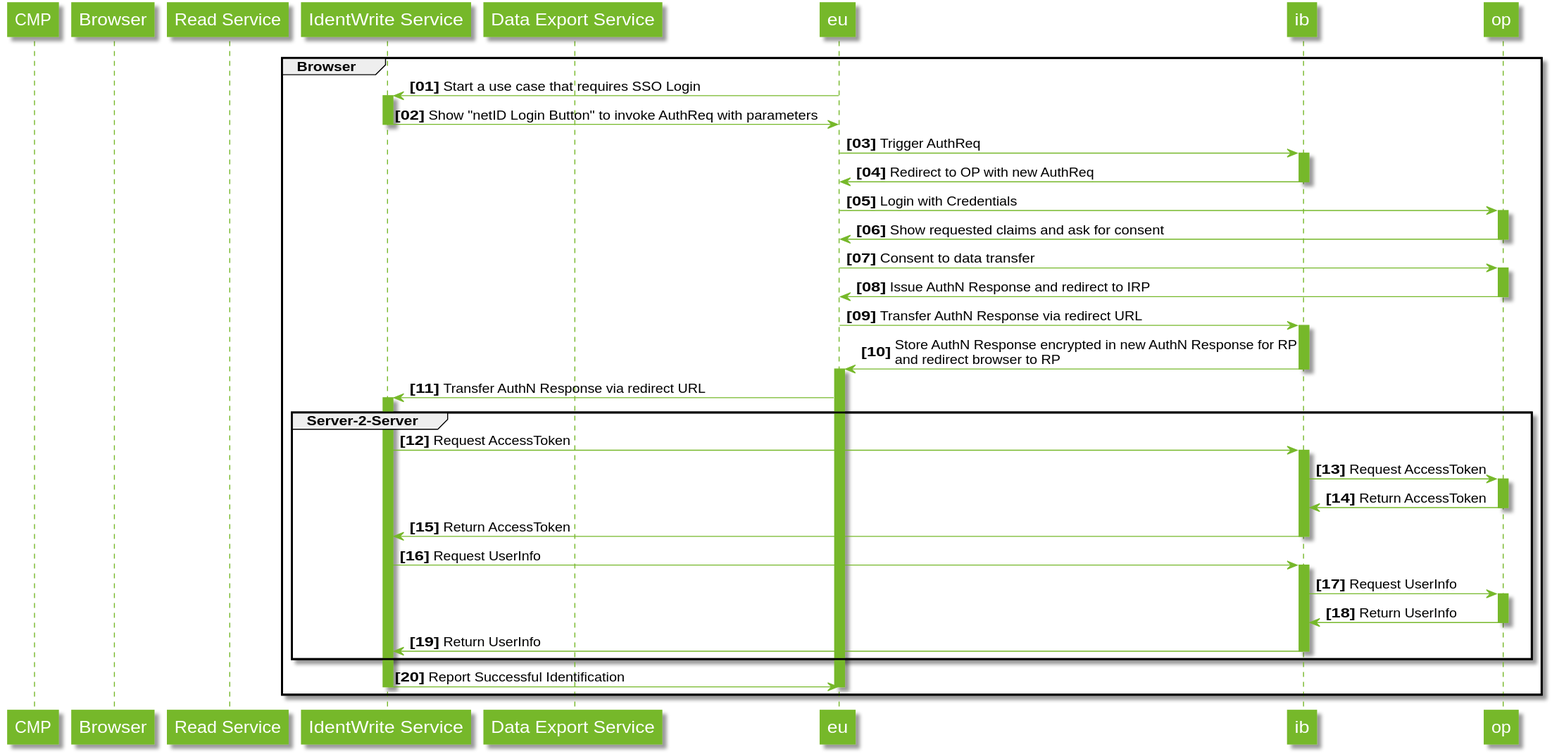
The PlantUML diagram docs/diagrams/out/seq_cmp_api.svg in 1701/d, before a commit. The source it was exported from:
```plantuml
@startuml
skinparam sequence {
	ArrowColor #76b82a
	ActorBorderColor #76b82a
    ActorBackgroundColor #FFF
	ActorFontColor #000
    ActorFontName Arial
	ActorFontSize 17

	LifeLineBorderColor #76b82a
	LifeLineBackgroundColor #76b82a

	ParticipantBorderColor #76b82a
	ParticipantBackgroundColor #76b82a
	ParticipantFontName Arial
	ParticipantFontSize 17
	ParticipantFontColor #FFF

}

autonumber "<b>[00]"
participant  "CMP" as cmp
participant  "Browser" as br
participant  "Read Service" as rs
participant  "IdentWrite Service" as ws
participant  "Data Export Service" as des
group Browser
    eu -> ws : Start a use case that requires SSO Login
    activate ws
    ws -> eu : Show "netID Login Button" to invoke AuthReq with parameters
    deactivate ws
    eu -> ib : Trigger AuthReq
    activate ib
    ib -> eu : Redirect to OP with new AuthReq
    deactivate ib
    eu -> op : Login with Credentials
    activate op
    op -> eu : Show requested claims and ask for consent
    deactivate op
    eu -> op : Consent to data transfer
    activate op
    op -> eu : Issue AuthN Response and redirect to IRP
    deactivate op
    eu -> ib : Transfer AuthN Response via redirect URL
    activate ib
    ib -> eu : Store AuthN Response encrypted in new AuthN Response for RP\nand redirect browser to RP
    deactivate ib
    activate eu
    eu -> ws : Transfer AuthN Response via redirect URL
    activate ws

    group Server-2-Server

        ws -> ib : Request AccessToken
        activate ib
        ib -> op : Request AccessToken
        activate op
        op -> ib : Return AccessToken
        deactivate op
        ib -> ws : Return AccessToken
        deactivate ib

        ws -> ib : Request UserInfo
        activate ib
        ib -> op : Request UserInfo
        activate op
        op -> ib : Return UserInfo
        deactivate op
        ib -> ws : Return UserInfo
        deactivate ib
    end

    ws -> eu : Report Successful Identification
    deactivate ws
    deactivate eu
end
@enduml
```
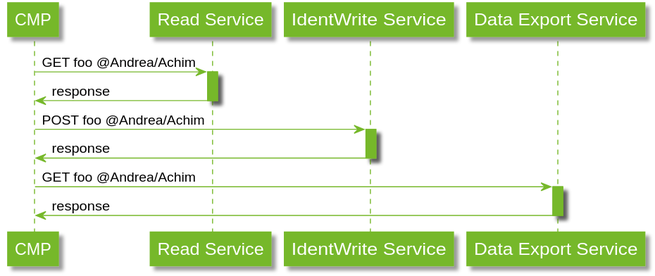
Later version of the same file.

What changed in the source:
```diff
@@ -18,60 +18,21 @@
 
 }
 
-autonumber "<b>[00]"
 participant  "CMP" as cmp
-participant  "Browser" as br
 participant  "Read Service" as rs
 participant  "IdentWrite Service" as ws
 participant  "Data Export Service" as des
-group Browser
-    eu -> ws : Start a use case that requires SSO Login
-    activate ws
-    ws -> eu : Show "netID Login Button" to invoke AuthReq with parameters
-    deactivate ws
-    eu -> ib : Trigger AuthReq
-    activate ib
-    ib -> eu : Redirect to OP with new AuthReq
-    deactivate ib
-    eu -> op : Login with Credentials
-    activate op
-    op -> eu : Show requested claims and ask for consent
-    deactivate op
-    eu -> op : Consent to data transfer
-    activate op
-    op -> eu : Issue AuthN Response and redirect to IRP
-    deactivate op
-    eu -> ib : Transfer AuthN Response via redirect URL
-    activate ib
-    ib -> eu : Store AuthN Response encrypted in new AuthN Response for RP\nand redirect browser to RP
-    deactivate ib
-    activate eu
-    eu -> ws : Transfer AuthN Response via redirect URL
-    activate ws
 
-    group Server-2-Server
-
-        ws -> ib : Request AccessToken
-        activate ib
-        ib -> op : Request AccessToken
-        activate op
-        op -> ib : Return AccessToken
-        deactivate op
-        ib -> ws : Return AccessToken
-        deactivate ib
-
-        ws -> ib : Request UserInfo
-        activate ib
-        ib -> op : Request UserInfo
-        activate op
-        op -> ib : Return UserInfo
-        deactivate op
-        ib -> ws : Return UserInfo
-        deactivate ib
-    end
-
-    ws -> eu : Report Successful Identification
-    deactivate ws
-    deactivate eu
-end
+cmp -> rs : GET foo @Andrea/Achim
+activate rs
+rs -> cmp : response
+deactivate rs
+cmp -> ws : POST foo @Andrea/Achim
+activate ws
+ws -> cmp : response
+deactivate ws
+cmp -> des : GET foo @Andrea/Achim
+activate des
+des -> cmp : response
+deactivate des
 @enduml
```
